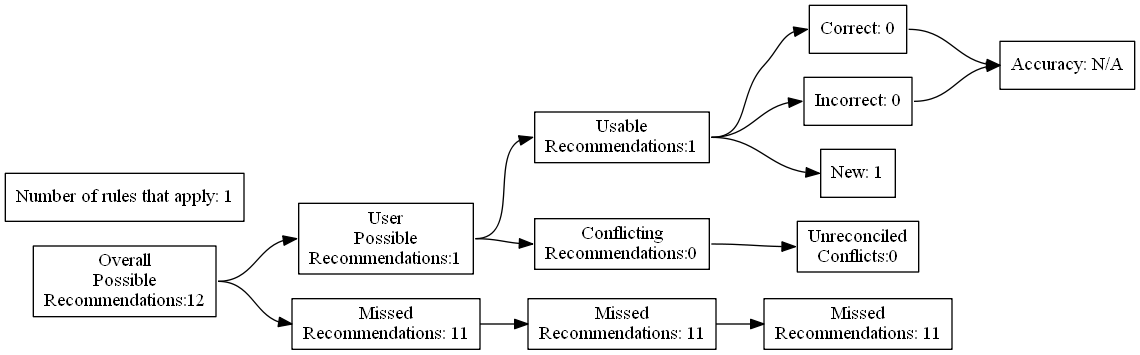
Earlier version of the Graphviz export test_renders/5.gv.png (ZaxR/ibd_diet_analysis). Its source is kept beside it as test_renders/5.gv.
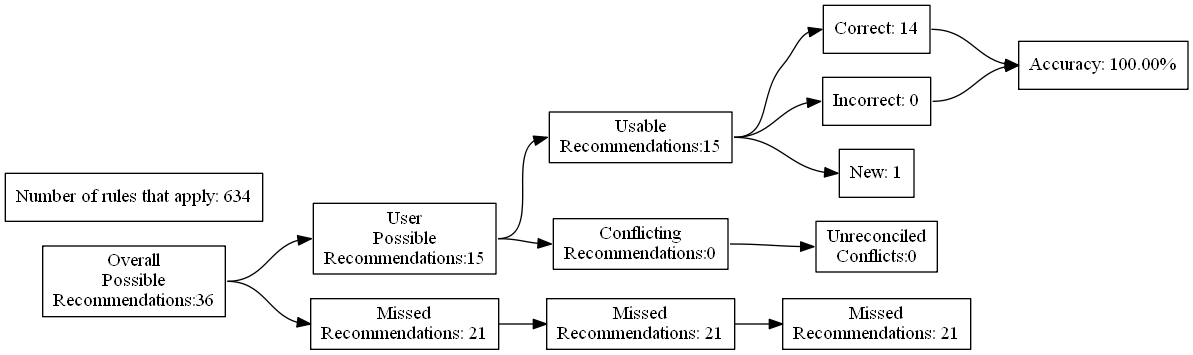
The same diagram one commit later.

Change to the diagram source:
```diff
@@ -4,27 +4,27 @@
 	edge [headport=w tailport=e]
 		A [label="Overall
 Possible
-Recommendations:12"]
+Recommendations:36"]
 		B [label="User
 Possible
-Recommendations:1"]
+Recommendations:15"]
 		C [label="Missed
-Recommendations: 11"]
+Recommendations: 21"]
 		D [label="Usable
-Recommendations:1"]
+Recommendations:15"]
 		E [label="Conflicting
 Recommendations:0"]
 		J [label="Missed
-Recommendations: 11"]
+Recommendations: 21"]
 		M [label="Unreconciled
 Conflicts:0"]
-		F [label="Correct: 0"]
+		F [label="Correct: 14"]
 		G [label="Incorrect: 0"]
 		H [label="New: 1"]
 		K [label="Missed
-Recommendations: 11"]
-		I [label="Accuracy: N/A"]
-		l [label="Number of rules that apply: 1"]
+Recommendations: 21"]
+		I [label="Accuracy: 100.00%"]
+		l [label="Number of rules that apply: 634"]
 			A -> B
 			A -> C
 			B -> D
```
